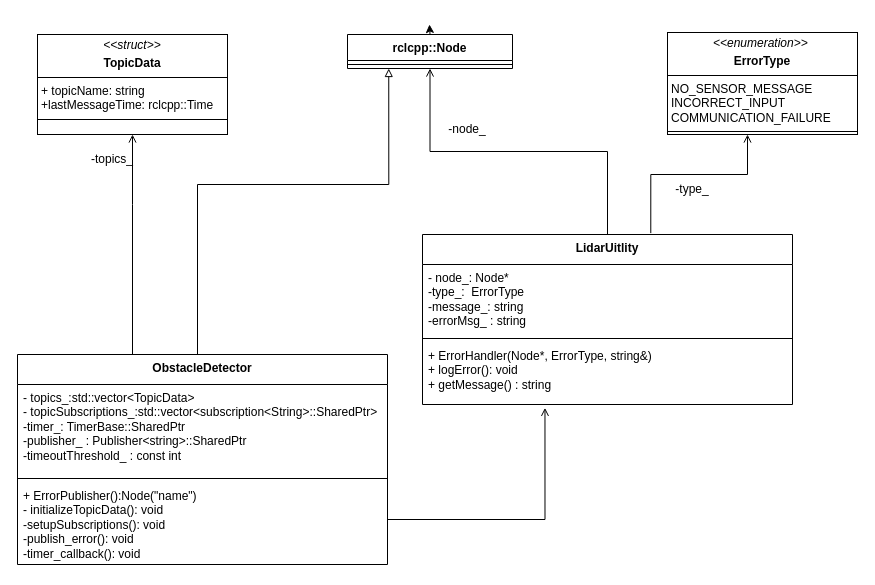
Above: Diagrams/UML/obstacle uml.drawio in mekuro9/PWAO-CSU (draw.io), before the change. Source tidied: cells renumbered, new cells numbered last; positions are measured from the earlier drawing's top-left corner, leaving out a move shared by most shapes. Both pictures are drawn from the tidied source at 100%, with x=0, y=0 at pixel (17, 24).
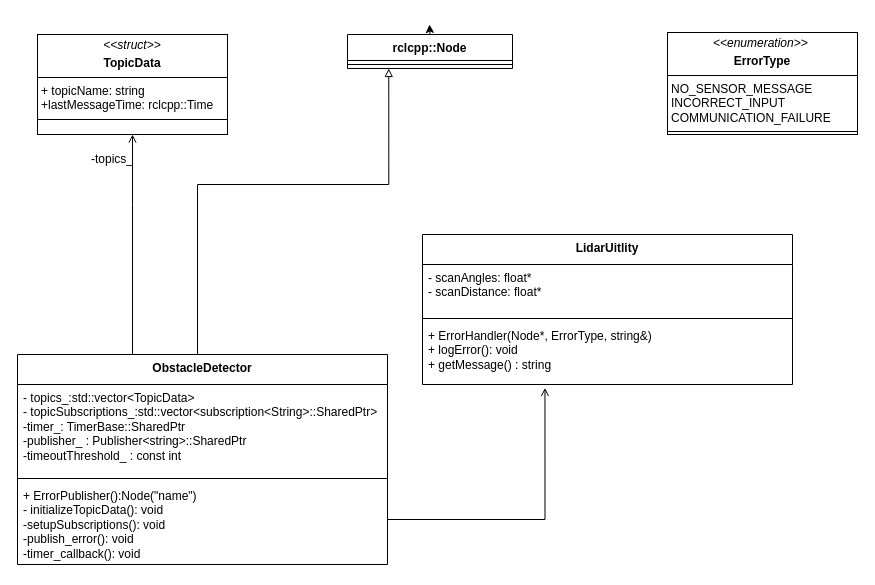
After the change.

Unchanged cells that the change refers to:
```xml
<mxCell id="3" value="rclcpp::Node" style="swimlane;fontStyle=1;align=center;verticalAlign=top;horizontal=1;startSize=26;whiteSpace=wrap;html=1;" parent="1" vertex="1">
  <mxGeometry x="330" y="10" width="165" height="34" as="geometry" />
</mxCell>
```

The edit, as a diff of the source:
```diff
@@
-    <mxCell id="5" style="edgeStyle=orthogonalEdgeStyle;rounded=0;jettySize=auto;html=1;endArrow=open;endFill=0;" parent="1" edge="1" source="6" target="3">
-      <mxGeometry relative="1" as="geometry" />
-    </mxCell>
     <mxCell id="6" value="LidarUitlity" style="swimlane;fontStyle=1;align=center;verticalAlign=top;horizontal=1;startSize=30;whiteSpace=wrap;html=1;" parent="1" vertex="1">
-      <mxGeometry x="405" y="210" width="370" height="170" as="geometry" />
+      <mxGeometry x="405" y="210" width="370" height="150" as="geometry" />
     </mxCell>
-    <mxCell id="7" value="&lt;div&gt;- node_: Node*&lt;/div&gt;&lt;div&gt;-type_:&amp;nbsp; ErrorType&lt;/div&gt;&lt;div&gt;-message_: string&lt;/div&gt;&lt;div&gt;-errorMsg_ : string&lt;br&gt;&lt;/div&gt;" style="text;strokeColor=none;fillColor=none;align=left;verticalAlign=top;spacingLeft=4;spacingRight=4;overflow=hidden;whiteSpace=wrap;html=1;" parent="6" vertex="1">
-      <mxGeometry y="30" width="370" height="70" as="geometry" />
+    <mxCell id="7" value="&lt;div&gt;- scanAngles: float*&lt;/div&gt;&lt;div&gt;- scanDistance: float*&lt;br&gt;&lt;/div&gt;" style="text;strokeColor=none;fillColor=none;align=left;verticalAlign=top;spacingLeft=4;spacingRight=4;overflow=hidden;whiteSpace=wrap;html=1;" parent="6" vertex="1">
+      <mxGeometry y="30" width="370" height="50" as="geometry" />
     </mxCell>
     <mxCell id="8" style="line;strokeWidth=1;fillColor=none;align=left;verticalAlign=middle;spacingTop=-1;spacingLeft=3;spacingRight=3;labelPosition=right;strokeColor=inherit;" parent="6" vertex="1">
-      <mxGeometry y="100" width="370" height="8" as="geometry" />
+      <mxGeometry y="80" width="370" height="8" as="geometry" />
     </mxCell>
     <mxCell id="9" value="&lt;div&gt;+ ErrorHandler(Node*, ErrorType, string&amp;amp;)&lt;br&gt;&lt;/div&gt;&lt;div&gt;+ logError(): void&lt;/div&gt;&lt;div&gt;+ getMessage() : string&lt;br&gt;&lt;/div&gt;" style="text;strokeColor=none;fillColor=none;align=left;verticalAlign=top;spacingLeft=4;spacingRight=4;overflow=hidden;points=[[0,0.5],[1,0.5]];portConstraint=eastwest;whiteSpace=wrap;html=1;" parent="6" vertex="1">
-      <mxGeometry y="108" width="370" height="62" as="geometry" />
+      <mxGeometry y="88" width="370" height="62" as="geometry" />
     </mxCell>
-    <mxCell id="10" style="edgeStyle=orthogonalEdgeStyle;rounded=0;jettySize=auto;html=1;endArrow=open;endFill=0;exitX=0.617;exitY=-0.008;exitDx=0;exitDy=0;exitPerimeter=0;" parent="1" edge="1" source="6">
-      <mxGeometry relative="1" as="geometry">
-        <mxPoint x="730" y="110" as="targetPoint" />
-        <Array as="points">
-          <mxPoint x="633" y="150" />
-          <mxPoint x="730" y="150" />
-        </Array>
-      </mxGeometry>
-    </mxCell>
-    <mxCell id="11" value="-type_" style="text;html=1;align=center;verticalAlign=middle;whiteSpace=wrap;rounded=0;" parent="1" vertex="1">
-      <mxGeometry x="630" y="150" width="90" height="30" as="geometry" />
-    </mxCell>
@@
-    <mxCell id="13" value="-node_" style="text;html=1;align=center;verticalAlign=middle;whiteSpace=wrap;rounded=0;" parent="1" vertex="1">
-      <mxGeometry x="405" y="90" width="90" height="30" as="geometry" />
-    </mxCell>
```
